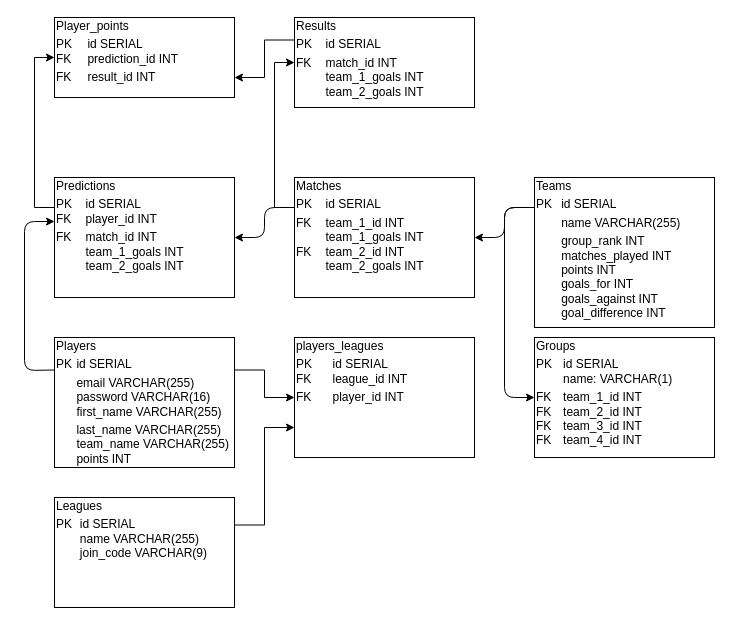
Before: planning/db_diagram.drawio in Stanhoucke/euros_predictor, a draw.io diagram. Source tidied: cells renumbered, new cells numbered last; positions are measured from the earlier drawing's top-left corner, leaving out a move shared by most shapes. Both pictures are drawn from the tidied source at 100%, with x=0, y=0 at pixel (24, 17).
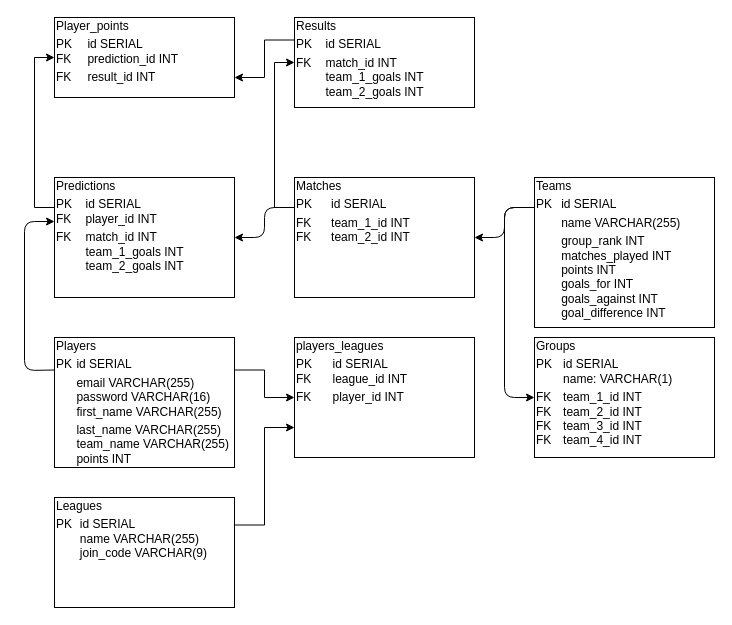
The same diagram, later.

Commit message (it also covers changes not shown here):
removed team 1 and 2 goals from matches

Diff of the diagram source:
```diff
@@
-    <mxCell id="6" value="&lt;div style=&quot;box-sizing: border-box ; width: 100% ; padding: 2px&quot;&gt;Matches&lt;/div&gt;&lt;table style=&quot;width: 100% ; font-size: 1em&quot; cellpadding=&quot;2&quot; cellspacing=&quot;0&quot;&gt;&lt;tbody&gt;&lt;tr&gt;&lt;td&gt;PK&lt;/td&gt;&lt;td&gt;id SERIAL&lt;/td&gt;&lt;/tr&gt;&lt;tr&gt;&lt;td&gt;FK&lt;br&gt;&lt;br&gt;FK&lt;br&gt;&lt;br&gt;&lt;br&gt;&lt;/td&gt;&lt;td&gt;team_1_id INT&lt;br&gt;team_1_goals INT&lt;br&gt;team_2_id INT&lt;br&gt;team_2_goals INT&lt;br&gt;&lt;br&gt;&lt;/td&gt;&lt;/tr&gt;&lt;/tbody&gt;&lt;/table&gt;" style="verticalAlign=top;align=left;overflow=fill;html=1;labelBackgroundColor=none;" parent="1" vertex="1">
+    <mxCell id="6" value="&lt;div style=&quot;box-sizing: border-box ; width: 100% ; padding: 2px&quot;&gt;Matches&lt;/div&gt;&lt;table style=&quot;width: 100% ; font-size: 1em&quot; cellpadding=&quot;2&quot; cellspacing=&quot;0&quot;&gt;&lt;tbody&gt;&lt;tr&gt;&lt;td&gt;PK&lt;/td&gt;&lt;td&gt;id SERIAL&lt;/td&gt;&lt;/tr&gt;&lt;tr&gt;&lt;td&gt;FK&lt;br&gt;FK&lt;br&gt;&lt;br&gt;&lt;/td&gt;&lt;td&gt;team_1_id INT&lt;br&gt;team_2_id INT&lt;br&gt;&lt;br&gt;&lt;/td&gt;&lt;/tr&gt;&lt;/tbody&gt;&lt;/table&gt;" style="verticalAlign=top;align=left;overflow=fill;html=1;labelBackgroundColor=none;" parent="1" vertex="1">
       <mxGeometry x="270" y="160" width="180" height="120" as="geometry" />
     </mxCell>
```
